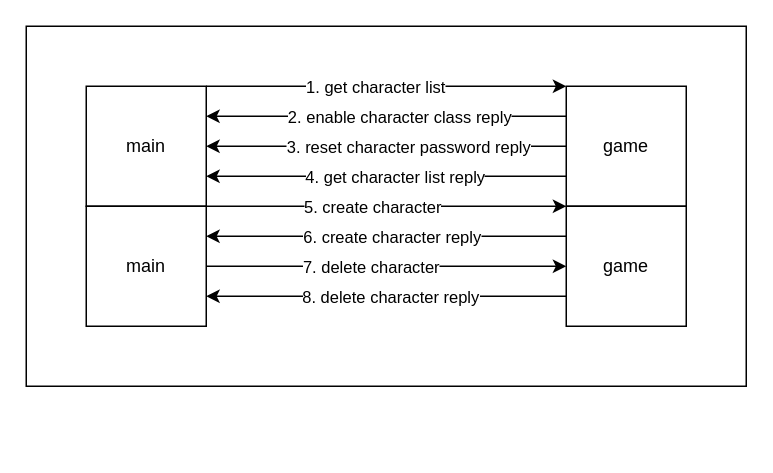
The draw.io diagram docs/character.drawio in xujintao/balgass, before the edit. Source tidied: cells renumbered, new cells numbered last; positions are measured from the earlier drawing's top-left corner, leaving out a move shared by most shapes. Both pictures are drawn from the tidied source at 150%, with x=0, y=0 at pixel (26, 26).
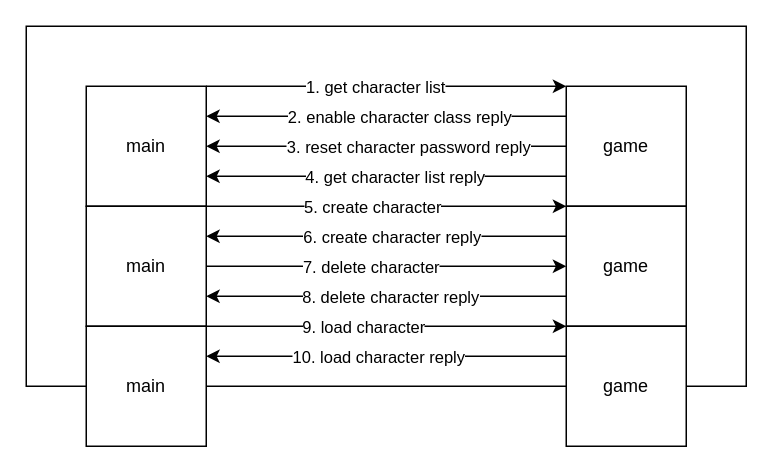
Above is the later version.

Commit message (it also covers changes not shown here):
docs: add character-load

Diff of the diagram source:
```diff
@@
+    <mxCell id="23" value="main" style="rounded=0;whiteSpace=wrap;html=1;" parent="1" vertex="1">
+      <mxGeometry x="40" y="200" width="80" height="80" as="geometry" />
+    </mxCell>
+    <mxCell id="24" value="game" style="rounded=0;whiteSpace=wrap;html=1;" parent="1" vertex="1">
+      <mxGeometry x="360" y="200" width="80" height="80" as="geometry" />
+    </mxCell>
+    <mxCell id="25" style="endArrow=classic;html=1;rounded=0;exitX=1;exitY=0;exitDx=0;exitDy=0;entryX=0;entryY=0;entryDx=0;entryDy=0;" parent="1" edge="1" source="23" target="24">
+      <mxGeometry relative="1" as="geometry" />
+    </mxCell>
+    <mxCell id="26" value="9. load character" style="edgeLabel;html=1;align=center;verticalAlign=middle;" parent="25" vertex="1">
+      <mxGeometry x="-0.24" y="-3" relative="1" as="geometry">
+        <mxPoint x="13" y="-3" as="offset" />
+      </mxGeometry>
+    </mxCell>
+    <mxCell id="27" style="endArrow=classic;html=1;rounded=0;exitX=0;exitY=0.25;exitDx=0;exitDy=0;entryX=1;entryY=0.25;entryDx=0;entryDy=0;" parent="1" edge="1" source="24" target="23">
+      <mxGeometry relative="1" as="geometry" />
+    </mxCell>
+    <mxCell id="28" value="10. load character reply" style="edgeLabel;html=1;align=center;verticalAlign=middle;" parent="27" vertex="1">
+      <mxGeometry x="0.19" y="-1" relative="1" as="geometry">
+        <mxPoint x="17" y="1" as="offset" />
+      </mxGeometry>
+    </mxCell>
```
